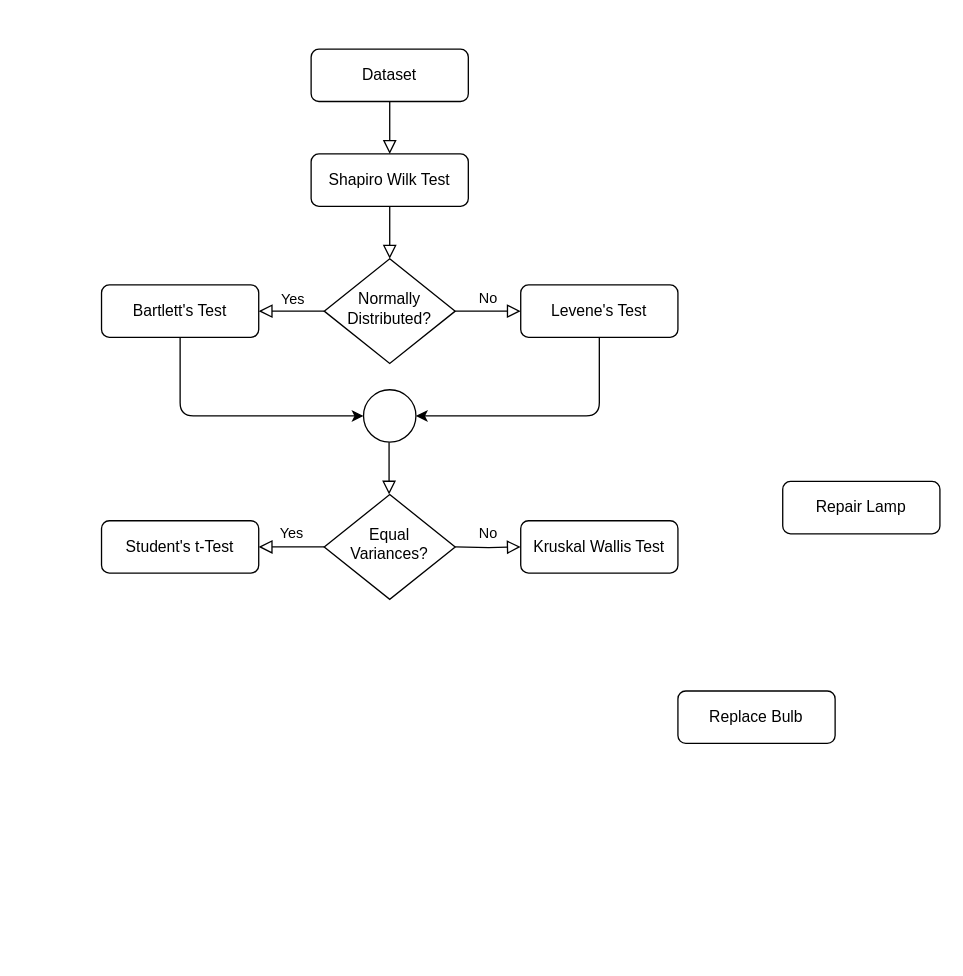
Earlier version of the draw.io diagram final and best approach/Untitled Diagram.drawio (utshabkg/lung_cancer_biomarker). Source tidied: cells renumbered, new cells numbered last; positions are measured from the earlier drawing's top-left corner, leaving out a move shared by most shapes. Both pictures are drawn from the tidied source at 131%, with x=0, y=0 at pixel (101, 48).
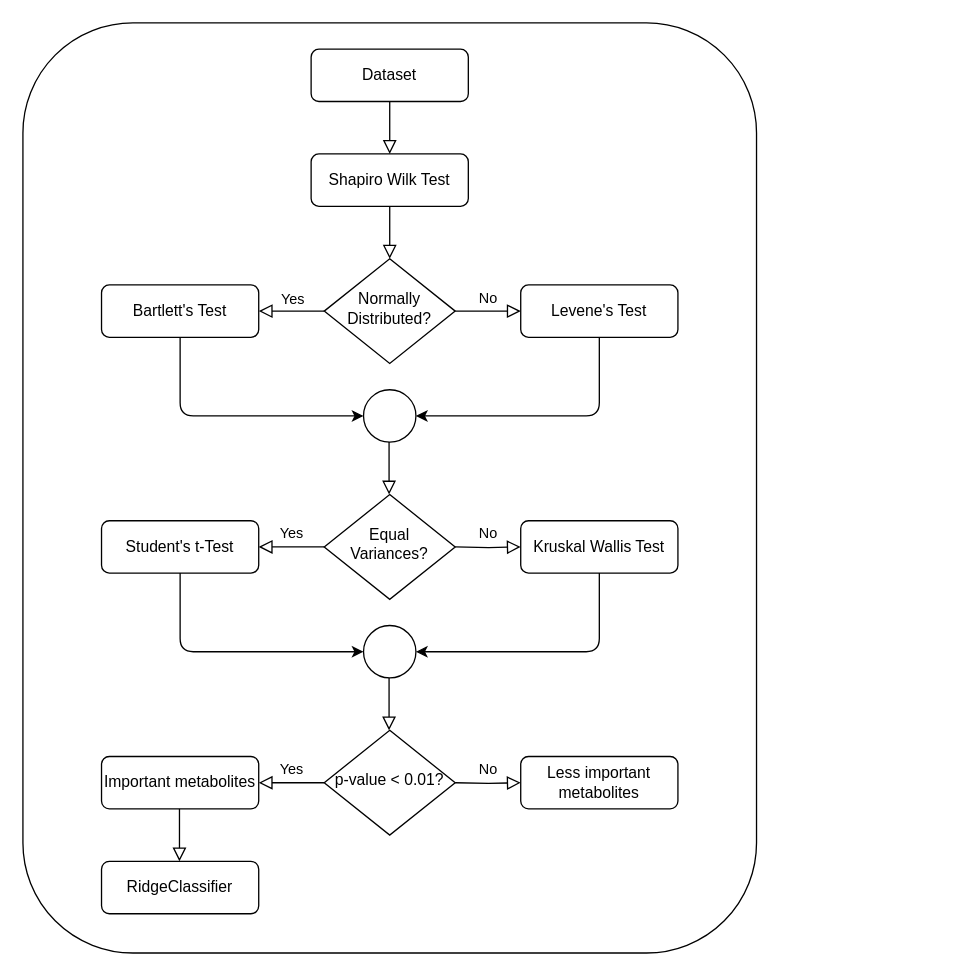
The same page after the edit.

Change to the diagram source:
```diff
@@
+    <mxCell id="22" style="rounded=1;whiteSpace=wrap;html=1;" parent="1" vertex="1">
+      <mxGeometry x="-60" y="-20" width="560" height="710" as="geometry" />
+    </mxCell>
@@
-    <mxCell id="8" value="Repair Lamp" style="rounded=1;whiteSpace=wrap;html=1;fontSize=12;glass=0;strokeWidth=1;shadow=0;" parent="1" vertex="1">
-      <mxGeometry x="520" y="330" width="120" height="40" as="geometry" />
-    </mxCell>
-    <mxCell id="9" value="Replace Bulb" style="rounded=1;whiteSpace=wrap;html=1;fontSize=12;glass=0;strokeWidth=1;shadow=0;" parent="1" vertex="1">
-      <mxGeometry x="440" y="490" width="120" height="40" as="geometry" />
-    </mxCell>
@@
-    <mxCell id="14" style="rounded=0;html=1;jettySize=auto;orthogonalLoop=1;fontSize=11;endArrow=block;endFill=0;endSize=8;strokeWidth=1;shadow=0;labelBackgroundColor=none;edgeStyle=orthogonalEdgeStyle;" parent="1" edge="1">
-      <mxGeometry relative="1" as="geometry">
-        <mxPoint x="219.5" y="300" as="sourcePoint" />
-        <mxPoint x="219.5" y="340" as="targetPoint" />
-        <Array as="points">
-          <mxPoint x="219.5" y="320" />
-          <mxPoint x="219.5" y="320" />
-        </Array>
-      </mxGeometry>
-    </mxCell>
@@
+    <mxCell id="23" style="ellipse;whiteSpace=wrap;html=1;" parent="1" vertex="1">
+      <mxGeometry x="200" y="440" width="40" height="40" as="geometry" />
+    </mxCell>
+    <mxCell id="24" style="endArrow=classic;html=1;exitX=0.5;exitY=1;exitDx=0;exitDy=0;entryX=0;entryY=0.5;entryDx=0;entryDy=0;" parent="1" edge="1" target="23">
+      <mxGeometry relative="1" as="geometry">
+        <mxPoint x="60" y="400" as="sourcePoint" />
+        <Array as="points">
+          <mxPoint x="60" y="460" />
+        </Array>
+      </mxGeometry>
+    </mxCell>
+    <mxCell id="25" style="endArrow=classic;html=1;exitX=0.5;exitY=1;exitDx=0;exitDy=0;entryX=1;entryY=0.5;entryDx=0;entryDy=0;" parent="1" edge="1" target="23">
+      <mxGeometry relative="1" as="geometry">
+        <mxPoint x="380" y="400" as="sourcePoint" />
+        <Array as="points">
+          <mxPoint x="380" y="460" />
+        </Array>
+      </mxGeometry>
+    </mxCell>
+    <mxCell id="26" style="rounded=0;html=1;jettySize=auto;orthogonalLoop=1;fontSize=11;endArrow=block;endFill=0;endSize=8;strokeWidth=1;shadow=0;labelBackgroundColor=none;edgeStyle=orthogonalEdgeStyle;" parent="1" edge="1">
+      <mxGeometry relative="1" as="geometry">
+        <mxPoint x="219.5" y="300" as="sourcePoint" />
+        <mxPoint x="219.5" y="340" as="targetPoint" />
+        <Array as="points">
+          <mxPoint x="219.5" y="320" />
+          <mxPoint x="219.5" y="320" />
+        </Array>
+      </mxGeometry>
+    </mxCell>
+    <mxCell id="27" style="rounded=0;html=1;jettySize=auto;orthogonalLoop=1;fontSize=11;endArrow=block;endFill=0;endSize=8;strokeWidth=1;shadow=0;labelBackgroundColor=none;edgeStyle=orthogonalEdgeStyle;" parent="1" edge="1">
+      <mxGeometry relative="1" as="geometry">
+        <mxPoint x="219.5" y="480" as="sourcePoint" />
+        <mxPoint x="219.5" y="520" as="targetPoint" />
+        <Array as="points">
+          <mxPoint x="219.5" y="500" />
+          <mxPoint x="219.5" y="500" />
+        </Array>
+      </mxGeometry>
+    </mxCell>
+    <mxCell id="28" value="p-value &amp;lt; 0.01?" style="rhombus;whiteSpace=wrap;html=1;shadow=0;fontFamily=Helvetica;fontSize=12;align=center;strokeWidth=1;spacing=6;spacingTop=-4;" parent="1" vertex="1">
+      <mxGeometry x="170" y="520" width="100" height="80" as="geometry" />
+    </mxCell>
+    <mxCell id="29" value="Yes" style="rounded=0;html=1;jettySize=auto;orthogonalLoop=1;fontSize=11;endArrow=block;endFill=0;endSize=8;strokeWidth=1;shadow=0;labelBackgroundColor=none;edgeStyle=orthogonalEdgeStyle;exitX=0;exitY=0.5;exitDx=0;exitDy=0;" parent="1" edge="1">
+      <mxGeometry y="-10" relative="1" as="geometry">
+        <mxPoint x="170" y="560" as="sourcePoint" />
+        <mxPoint x="120" y="560" as="targetPoint" />
+      </mxGeometry>
+    </mxCell>
+    <mxCell id="30" value="No" style="edgeStyle=orthogonalEdgeStyle;rounded=0;html=1;jettySize=auto;fontSize=11;endArrow=block;endFill=0;endSize=8;strokeWidth=1;shadow=0;labelBackgroundColor=none;" parent="1" edge="1" target="31">
+      <mxGeometry y="10" relative="1" as="geometry">
+        <mxPoint x="270" y="560" as="sourcePoint" />
+      </mxGeometry>
+    </mxCell>
+    <mxCell id="31" value="Less important metabolites" style="rounded=1;whiteSpace=wrap;html=1;fontSize=12;glass=0;strokeWidth=1;shadow=0;" parent="1" vertex="1">
+      <mxGeometry x="320" y="540" width="120" height="40" as="geometry" />
+    </mxCell>
+    <mxCell id="32" value="Important metabolites" style="rounded=1;whiteSpace=wrap;html=1;fontSize=12;glass=0;strokeWidth=1;shadow=0;" parent="1" vertex="1">
+      <mxGeometry y="540" width="120" height="40" as="geometry" />
+    </mxCell>
+    <mxCell id="33" style="rounded=0;html=1;jettySize=auto;orthogonalLoop=1;fontSize=11;endArrow=block;endFill=0;endSize=8;strokeWidth=1;shadow=0;labelBackgroundColor=none;edgeStyle=orthogonalEdgeStyle;" parent="1" edge="1">
+      <mxGeometry relative="1" as="geometry">
+        <mxPoint x="59.5" y="580" as="sourcePoint" />
+        <mxPoint x="59.5" y="620" as="targetPoint" />
+        <Array as="points">
+          <mxPoint x="59.5" y="600" />
+          <mxPoint x="59.5" y="600" />
+        </Array>
+      </mxGeometry>
+    </mxCell>
+    <mxCell id="34" value="RidgeClassifier" style="rounded=1;whiteSpace=wrap;html=1;fontSize=12;glass=0;strokeWidth=1;shadow=0;" parent="1" vertex="1">
+      <mxGeometry y="620" width="120" height="40" as="geometry" />
+    </mxCell>
```
